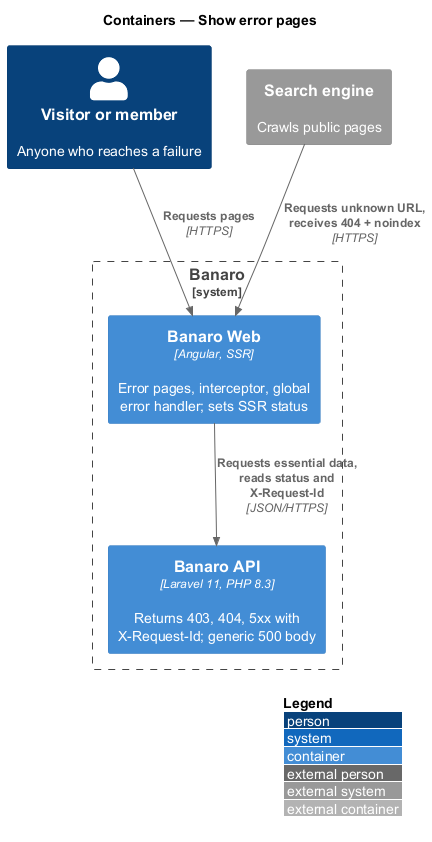
This is docs/detailed-designs/resilience/show-error-pages/diagrams/c4-container.png from QuinntyneBrown/banaro, a PlantUML export, as it was before one commit.
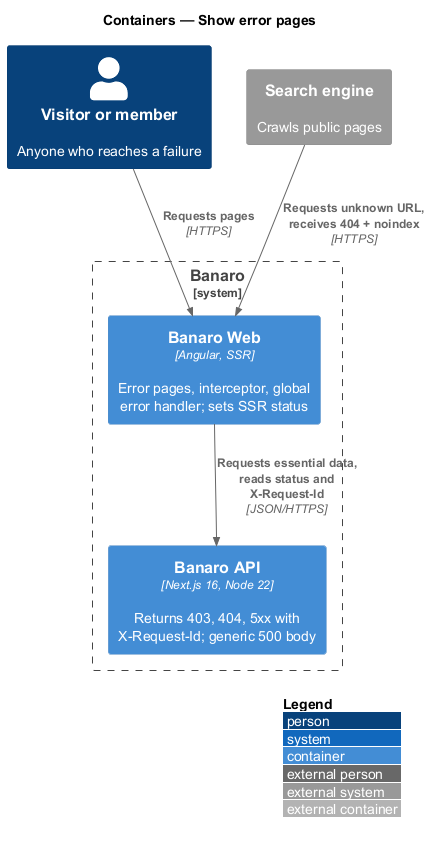
Above is the later version.

The edit, as a diff of the source:
```diff
@@ -8,7 +8,7 @@
 
 System_Boundary(banaro, "Banaro") {
   Container(web, "Banaro Web", "Angular, SSR", "Error pages, interceptor, global error handler; sets SSR status")
-  Container(api, "Banaro API", "Laravel 11, PHP 8.3", "Returns 403, 404, 5xx with X-Request-Id; generic 500 body")
+  Container(api, "Banaro API", "Next.js 16, Node 22", "Returns 403, 404, 5xx with X-Request-Id; generic 500 body")
 }
 
 Rel(member, web, "Requests pages", "HTTPS")
```
